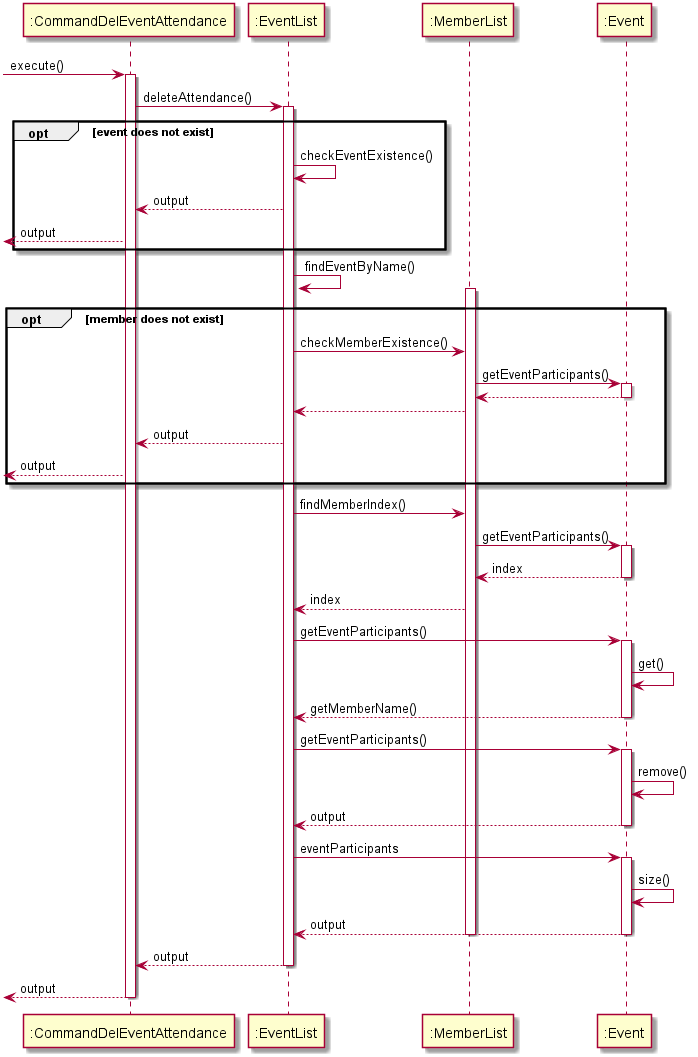
Before: docs/EventDiagram/SequenceDiagram/CommandDelEventAttendance.png, a diagram exported from PlantUML (nus-cs2113-AY2021S1/tp). Source of this version:
```plantuml
@startuml
 -> ":CommandDelEventAttendance": execute()

activate ":CommandDelEventAttendance"
":CommandDelEventAttendance" -> ":EventList" : deleteAttendance()
activate ":EventList"

opt event does not exist
":EventList" -> ":EventList" : checkEventExistence()
":EventList" --> ":CommandDelEventAttendance" : output
<-- ":CommandDelEventAttendance" : output
end

":EventList" -> ":EventList" : findEventByName()

opt member does not exist
activate ":MemberList"
":EventList" -> ":MemberList" : checkMemberExistence()
":MemberList" -> ":Event" : getEventParticipants()
activate ":Event"
return
":MemberList" --> ":EventList"
":EventList" --> ":CommandDelEventAttendance" : output
<-- ":CommandDelEventAttendance" : output
end

activate ":MemberList"
":EventList" -> ":MemberList" : findMemberIndex()
":MemberList" -> ":Event" : getEventParticipants()
activate ":Event"
return index
":MemberList" --> ":EventList" :index

":EventList" -> ":Event" : getEventParticipants()
activate ":Event"
":Event" -> ":Event" : get()
return getMemberName()

":EventList" -> ":Event" : getEventParticipants()
activate ":Event"
":Event" -> ":Event" : remove()
return output

":EventList" -> ":Event" : eventParticipants
activate ":Event"
":Event" -> ":Event" : size()
return output

deactivate ":Event"
deactivate ":MemberList"

":EventList" --> ":CommandDelEventAttendance" : output
deactivate ":EventList"
<-- ":CommandDelEventAttendance" : output
deactivate ":CommandDelEventAttendance"




@enduml
```
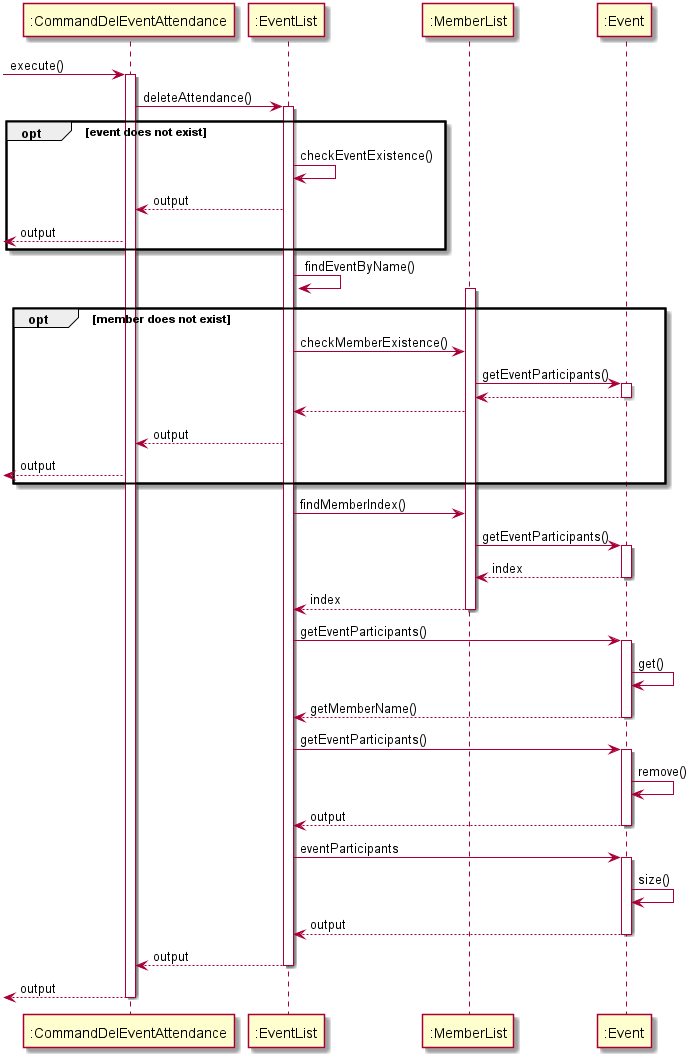
The same file after the commit.

Change to the diagram source:
```diff
@@ -30,7 +30,7 @@
 activate ":Event"
 return index
 ":MemberList" --> ":EventList" :index
-
+deactivate ":MemberList"
 ":EventList" -> ":Event" : getEventParticipants()
 activate ":Event"
 ":Event" -> ":Event" : get()
@@ -47,7 +47,7 @@
 return output
 
 deactivate ":Event"
-deactivate ":MemberList"
+
 
 ":EventList" --> ":CommandDelEventAttendance" : output
 deactivate ":EventList"
```
